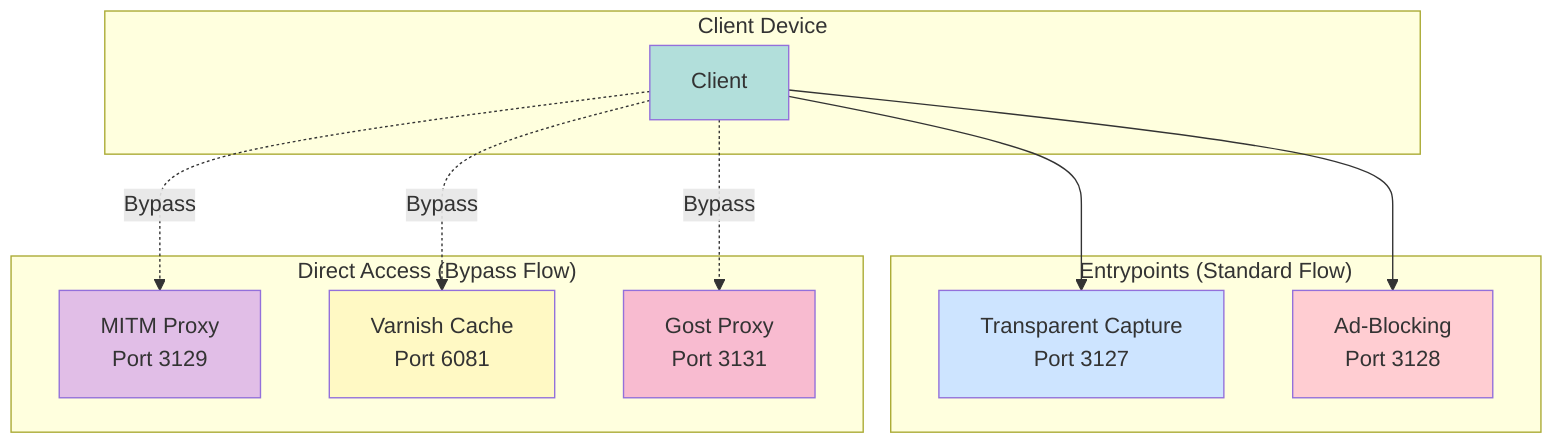
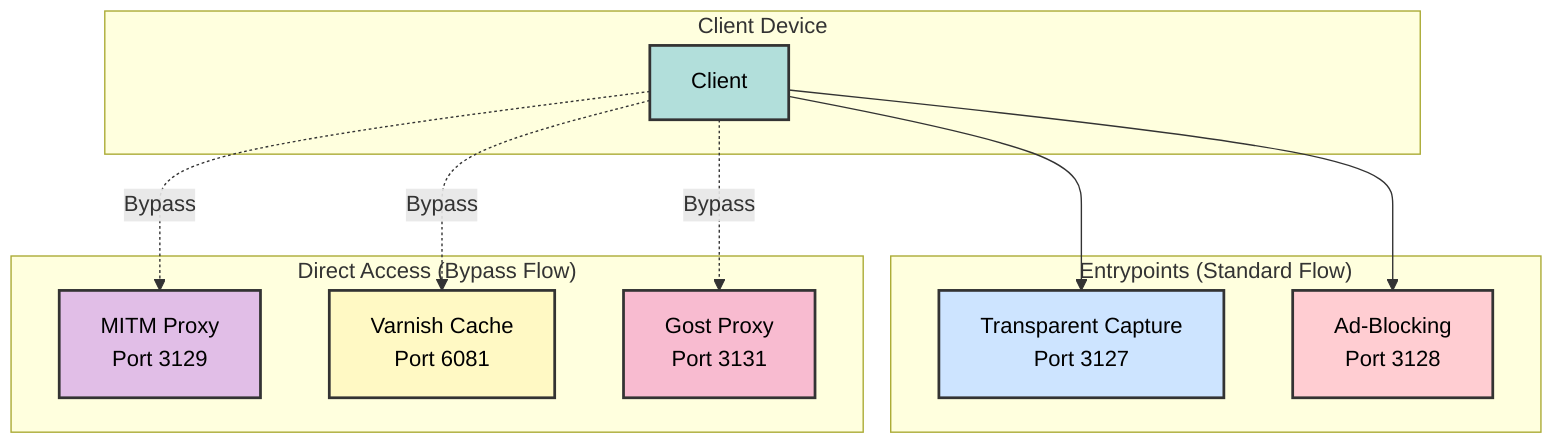
graph TD
+     classDef default fill:#f5f5f5,stroke:#333,stroke-width:2px,color:#000000
    subgraph "Client Device"
        Client
    end

    subgraph "Entrypoints (Standard Flow)"
        Entry1[Transparent Capture<br/>Port 3127]
        Entry2[Ad-Blocking<br/>Port 3128]
    end

    subgraph "Direct Access (Bypass Flow)"
        Bypass1[MITM Proxy<br/>Port 3129]
        Bypass2[Varnish Cache<br/>Port 6081]
        Bypass3[Gost Proxy<br/>Port 3131]
    end

    Client --> Entry1
    Client --> Entry2

    Client -.-> |Bypass| Bypass1
    Client -.-> |Bypass| Bypass2
    Client -.-> |Bypass| Bypass3

-     style Client fill:#b2dfdb
-     style Entry1 fill:#cde4ff
-     style Entry2 fill:#ffcdd2
-     style Bypass1 fill:#e1bee7
-     style Bypass2 fill:#fff9c4
-     style Bypass3 fill:#f8bbd0
+     style Client fill:#b2dfdb,stroke:#333,stroke-width:2px,color:#000000
+     style Entry1 fill:#cde4ff,stroke:#333,stroke-width:2px,color:#000000
+     style Entry2 fill:#ffcdd2,stroke:#333,stroke-width:2px,color:#000000
+     style Bypass1 fill:#e1bee7,stroke:#333,stroke-width:2px,color:#000000
+     style Bypass2 fill:#fff9c4,stroke:#333,stroke-width:2px,color:#000000
+     style Bypass3 fill:#f8bbd0,stroke:#333,stroke-width:2px,color:#000000
